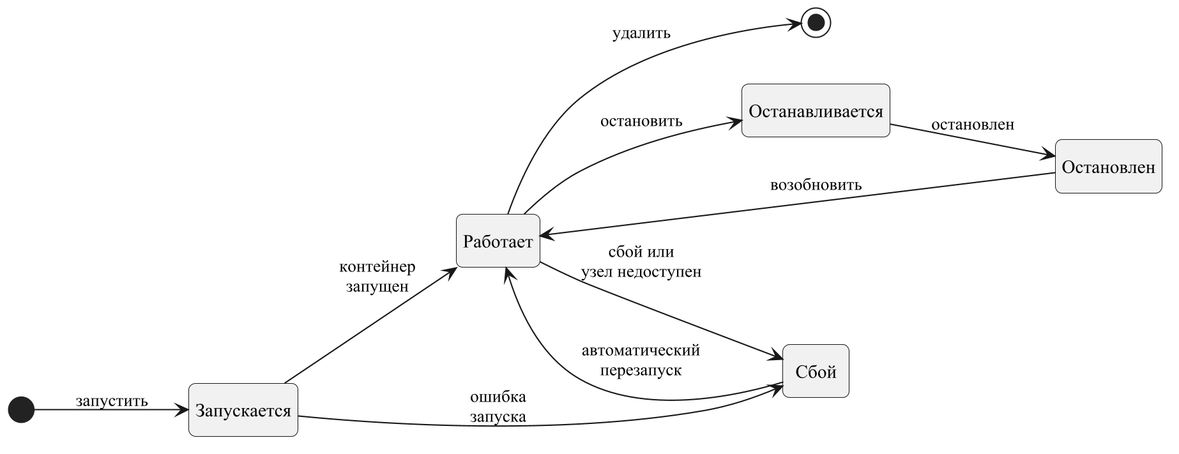
Earlier version of the PlantUML export docs/article/instance_state.png (Be4Die/game-developer-hub).
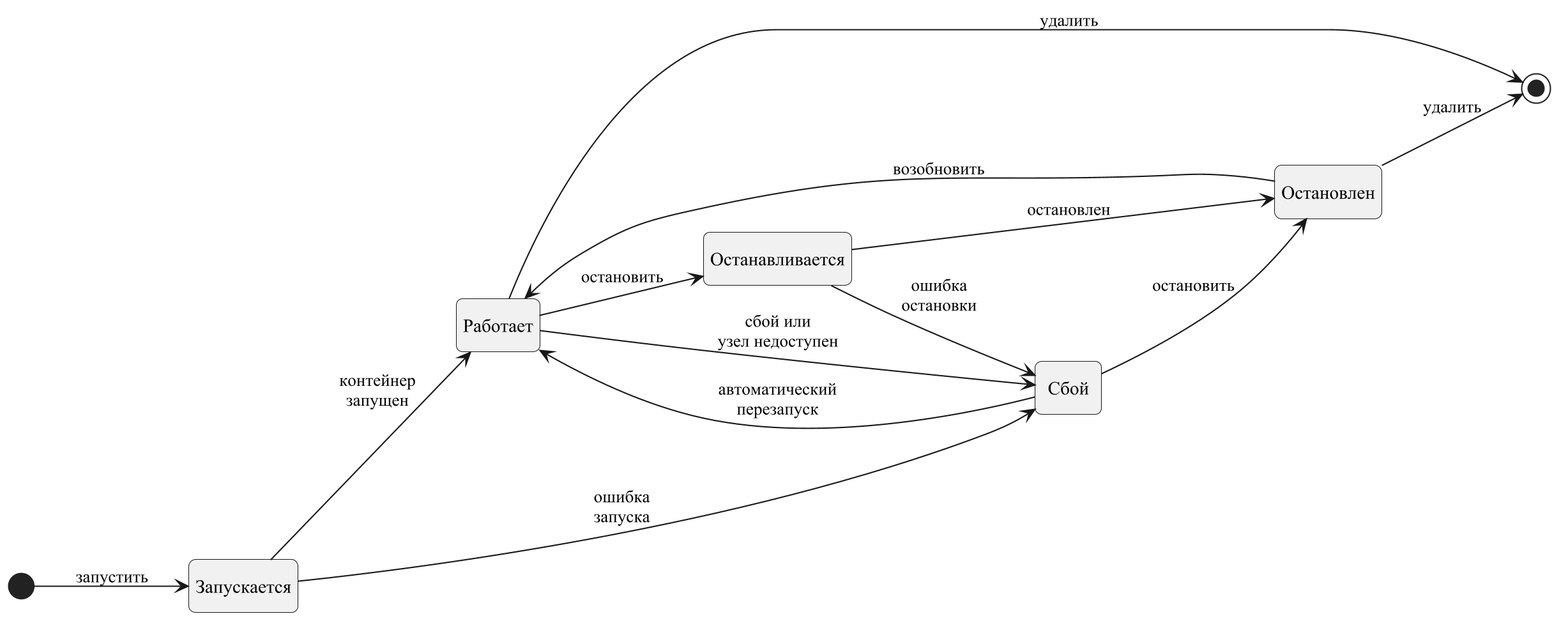
The same file after the commit.

Change to the diagram source:
```diff
@@ -12,7 +12,10 @@
 Running --> Stopping : остановить
 Running --> Crashed : сбой или\nузел недоступен
 Stopping --> Stopped : остановлен
+Stopping --> Crashed : ошибка\nостановки
 Stopped --> Running : возобновить
 Crashed --> Running : автоматический\nперезапуск
+Crashed --> Stopped : остановить
 Running --> [*] : удалить
+Stopped --> [*] : удалить
 @enduml
```
